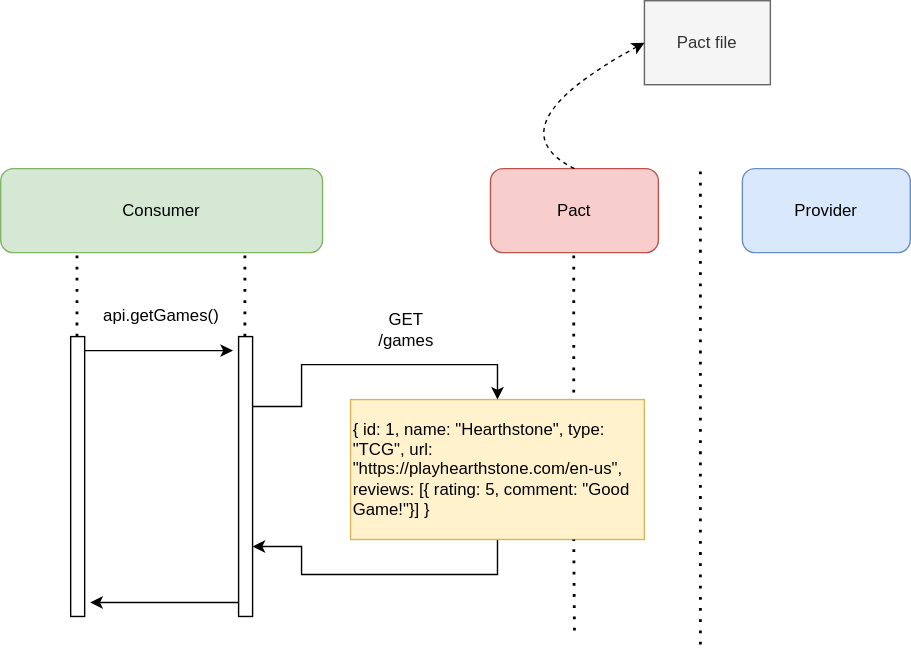
This is diagrams/consumer-test_step2.svg from DiUS/pactflow_nest_react_workshop, a draw.io export, as it was before one commit. Source tidied: cells renumbered, new cells last; positions are measured from the earlier drawing's top-left corner, leaving out a move shared by most shapes. The source it was exported from:
```xml
<mxGraphModel>
  <root>
    <mxCell id="0" />
    <mxCell id="1" parent="0" />
    <mxCell id="2" value="Consumer" style="rounded=1;whiteSpace=wrap;html=1;fillColor=#d5e8d4;strokeColor=#82b366;" parent="1" vertex="1">
      <mxGeometry y="120" width="230" height="60" as="geometry" />
    </mxCell>
    <mxCell id="3" value="Provider" style="rounded=1;whiteSpace=wrap;html=1;fillColor=#dae8fc;strokeColor=#6c8ebf;" parent="1" vertex="1">
      <mxGeometry x="530" y="120" width="120" height="60" as="geometry" />
    </mxCell>
    <mxCell id="4" value="Pact" style="rounded=1;whiteSpace=wrap;html=1;fillColor=#f8cecc;strokeColor=#b85450;" parent="1" vertex="1">
      <mxGeometry x="350" y="120" width="120" height="60" as="geometry" />
    </mxCell>
    <mxCell id="5" style="edgeStyle=orthogonalEdgeStyle;rounded=0;jettySize=auto;html=1;exitX=0.5;exitY=1;exitDx=0;exitDy=0;entryX=1;entryY=0.75;entryDx=0;entryDy=0;startArrow=none;startFill=0;endArrow=classic;endFill=1;" parent="1" edge="1" source="6" target="9">
      <mxGeometry relative="1" as="geometry">
        <Array as="points">
          <mxPoint x="355" y="410" />
          <mxPoint x="215" y="410" />
          <mxPoint x="215" y="390" />
        </Array>
      </mxGeometry>
    </mxCell>
    <mxCell id="6" value="{ id: 1, name: &quot;Hearthstone&quot;, type: &quot;TCG&quot;, url: &quot;https://playhearthstone.com/en-us&quot;, reviews: [{ rating: 5, comment: &quot;Good Game!&quot;}] }" style="rounded=0;whiteSpace=wrap;html=1;align=left;fillColor=#fff2cc;strokeColor=#d6b656;" parent="1" vertex="1">
      <mxGeometry x="250" y="285" width="210" height="100" as="geometry" />
    </mxCell>
    <mxCell id="7" style="rounded=0;whiteSpace=wrap;html=1;" parent="1" vertex="1">
      <mxGeometry x="50" y="240" width="10" height="200" as="geometry" />
    </mxCell>
    <mxCell id="8" style="edgeStyle=orthogonalEdgeStyle;rounded=0;jettySize=auto;html=1;exitX=1;exitY=0.25;exitDx=0;exitDy=0;entryX=0.5;entryY=0;entryDx=0;entryDy=0;startArrow=none;startFill=0;endArrow=classic;endFill=1;" parent="1" edge="1" source="9" target="6">
      <mxGeometry relative="1" as="geometry">
        <Array as="points">
          <mxPoint x="215" y="290" />
          <mxPoint x="215" y="260" />
          <mxPoint x="355" y="260" />
        </Array>
      </mxGeometry>
    </mxCell>
    <mxCell id="9" style="rounded=0;whiteSpace=wrap;html=1;" parent="1" vertex="1">
      <mxGeometry x="170" y="240" width="10" height="200" as="geometry" />
    </mxCell>
    <mxCell id="10" style="endArrow=classic;html=1;rounded=0;entryX=-0.4;entryY=0.05;entryDx=0;entryDy=0;entryPerimeter=0;" parent="1" edge="1" target="9">
      <mxGeometry relative="1" as="geometry">
        <mxPoint x="60" y="250" as="sourcePoint" />
      </mxGeometry>
    </mxCell>
    <mxCell id="11" style="endArrow=none;html=1;rounded=0;entryX=-0.4;entryY=0.05;entryDx=0;entryDy=0;entryPerimeter=0;startArrow=classic;startFill=1;endFill=0;" parent="1" edge="1">
      <mxGeometry relative="1" as="geometry">
        <mxPoint x="64" y="430" as="sourcePoint" />
        <mxPoint x="170" y="430" as="targetPoint" />
      </mxGeometry>
    </mxCell>
    <mxCell id="12" style="endArrow=none;dashed=1;html=1;dashPattern=1 3;strokeWidth=2;rounded=0;" parent="1" edge="1">
      <mxGeometry relative="1" as="geometry">
        <mxPoint x="54.5" y="240" as="sourcePoint" />
        <mxPoint x="54.5" y="180" as="targetPoint" />
      </mxGeometry>
    </mxCell>
    <mxCell id="13" style="endArrow=none;dashed=1;html=1;dashPattern=1 3;strokeWidth=2;rounded=0;" parent="1" edge="1">
      <mxGeometry relative="1" as="geometry">
        <mxPoint x="174.5" y="240" as="sourcePoint" />
        <mxPoint x="174.5" y="180" as="targetPoint" />
      </mxGeometry>
    </mxCell>
    <mxCell id="14" value="GET /games" style="text;html=1;strokeColor=none;fillColor=none;align=center;verticalAlign=middle;whiteSpace=wrap;rounded=0;" parent="1" vertex="1">
      <mxGeometry x="260" y="220" width="60" height="30" as="geometry" />
    </mxCell>
    <mxCell id="15" value="api.getGames()" style="text;html=1;strokeColor=none;fillColor=none;align=center;verticalAlign=middle;whiteSpace=wrap;rounded=0;" parent="1" vertex="1">
      <mxGeometry x="70" y="210" width="90" height="30" as="geometry" />
    </mxCell>
    <mxCell id="16" style="endArrow=none;dashed=1;html=1;dashPattern=1 3;strokeWidth=2;rounded=0;" parent="1" edge="1">
      <mxGeometry relative="1" as="geometry">
        <mxPoint x="500" y="460" as="sourcePoint" />
        <mxPoint x="500" y="120" as="targetPoint" />
      </mxGeometry>
    </mxCell>
    <mxCell id="17" style="endArrow=none;dashed=1;html=1;dashPattern=1 3;strokeWidth=2;rounded=0;" parent="1" edge="1">
      <mxGeometry relative="1" as="geometry">
        <mxPoint x="409.5" y="280" as="sourcePoint" />
        <mxPoint x="409.5" y="180" as="targetPoint" />
      </mxGeometry>
    </mxCell>
    <mxCell id="18" style="endArrow=none;dashed=1;html=1;dashPattern=1 3;strokeWidth=2;rounded=0;" parent="1" edge="1">
      <mxGeometry relative="1" as="geometry">
        <mxPoint x="410" y="450" as="sourcePoint" />
        <mxPoint x="409.5" y="385" as="targetPoint" />
      </mxGeometry>
    </mxCell>
    <mxCell id="19" value="Pact file" style="rounded=0;whiteSpace=wrap;html=1;fillColor=#f5f5f5;fontColor=#333333;strokeColor=#666666;" parent="1" vertex="1">
      <mxGeometry x="460" width="90" height="60" as="geometry" />
    </mxCell>
    <mxCell id="20" style="curved=1;endArrow=classic;html=1;rounded=0;entryX=0;entryY=0.5;entryDx=0;entryDy=0;dashed=1;" parent="1" edge="1" target="19">
      <mxGeometry relative="1" as="geometry">
        <mxPoint x="410" y="120" as="sourcePoint" />
        <Array as="points">
          <mxPoint x="350" y="90" />
        </Array>
      </mxGeometry>
    </mxCell>
  </root>
</mxGraphModel>
```
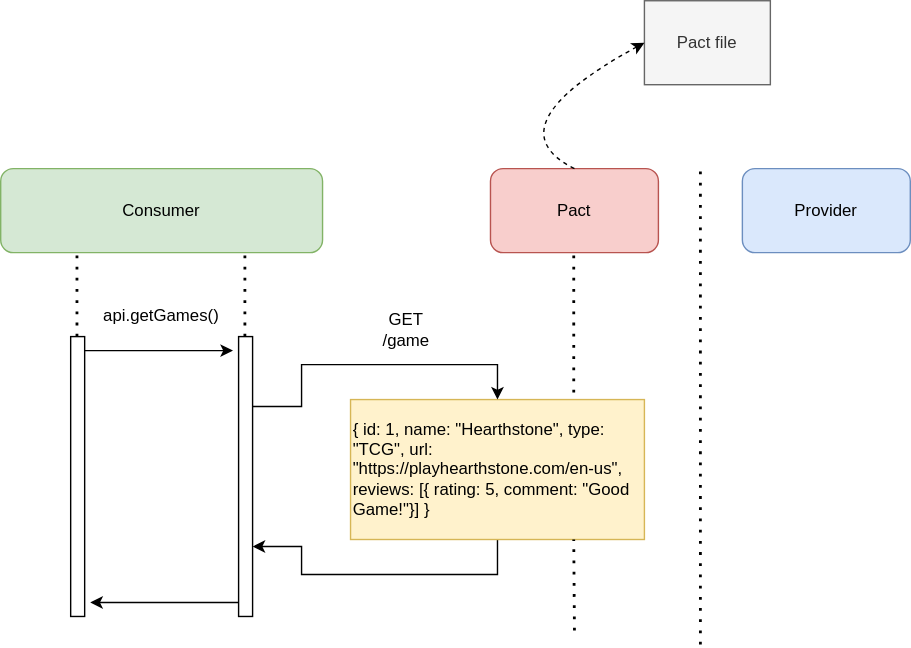
Later version of the same file.

Commit message:
chore(step2): updated diagram

What changed in the source:
```diff
@@ -61,7 +61,7 @@
         <mxPoint x="174.5" y="180" as="targetPoint" />
       </mxGeometry>
     </mxCell>
-    <mxCell id="14" value="GET /games" style="text;html=1;strokeColor=none;fillColor=none;align=center;verticalAlign=middle;whiteSpace=wrap;rounded=0;" parent="1" vertex="1">
+    <mxCell id="14" value="GET /game" style="text;html=1;strokeColor=none;fillColor=none;align=center;verticalAlign=middle;whiteSpace=wrap;rounded=0;" parent="1" vertex="1">
       <mxGeometry x="260" y="220" width="60" height="30" as="geometry" />
     </mxCell>
     <mxCell id="15" value="api.getGames()" style="text;html=1;strokeColor=none;fillColor=none;align=center;verticalAlign=middle;whiteSpace=wrap;rounded=0;" parent="1" vertex="1">
```
